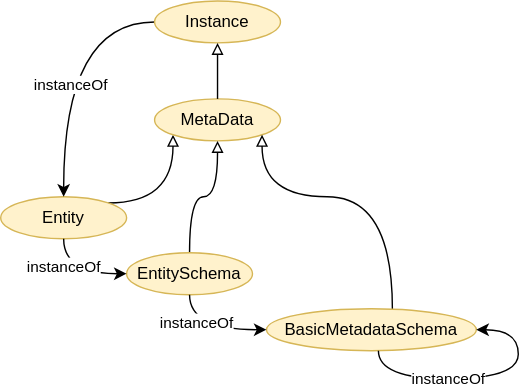
emmo-repo/domain-datamodel keeps this draw.io diagram as figs/metadata.svg. Above is the earlier version. Source tidied: cells renumbered, new cells last; positions are measured from the earlier drawing's top-left corner, leaving out a move shared by most shapes.
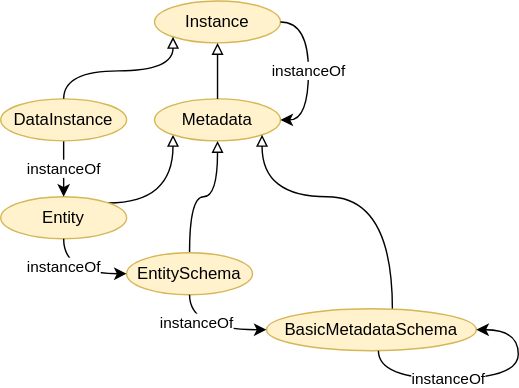
Later version of the same file.

Commit message:
Added DataInstance to make the metamodel hierarchy formally correct.

The edit, as a diff of the source:
```diff
@@ -8,13 +8,18 @@
     <mxCell id="3" value="Entity" style="ellipse;whiteSpace=wrap;html=1;fillColor=#fff2cc;strokeColor=#d6b656;" parent="1" vertex="1">
       <mxGeometry y="140" width="90" height="30" as="geometry" />
     </mxCell>
-    <mxCell id="4" value="instanceOf" style="edgeStyle=orthogonalEdgeStyle;curved=1;rounded=0;jettySize=auto;html=1;endArrow=classic;endFill=1;strokeColor=#000000;exitX=0;exitY=0.5;exitDx=0;exitDy=0;entryX=0.5;entryY=0;entryDx=0;entryDy=0;" parent="1" edge="1" source="5" target="3">
-      <mxGeometry x="0.16" y="5" relative="1" as="geometry" />
+    <mxCell id="4" value="instanceOf" style="edgeStyle=orthogonalEdgeStyle;curved=1;rounded=0;jettySize=auto;html=1;endArrow=classic;endFill=1;strokeColor=#000000;exitX=0.5;exitY=1;exitDx=0;exitDy=0;entryX=0.5;entryY=0;entryDx=0;entryDy=0;" parent="1" edge="1" source="15" target="3">
+      <mxGeometry relative="1" as="geometry">
+        <Array as="points">
+          <mxPoint x="45" y="110" />
+          <mxPoint x="45" y="110" />
+        </Array>
+      </mxGeometry>
     </mxCell>
     <mxCell id="5" value="Instance" style="ellipse;whiteSpace=wrap;html=1;fillColor=#fff2cc;strokeColor=#d6b656;" parent="1" vertex="1">
       <mxGeometry x="110" width="90" height="30" as="geometry" />
     </mxCell>
-    <mxCell id="6" value="MetaData" style="ellipse;whiteSpace=wrap;html=1;fillColor=#fff2cc;strokeColor=#d6b656;" parent="1" vertex="1">
+    <mxCell id="6" value="Metadata" style="ellipse;whiteSpace=wrap;html=1;fillColor=#fff2cc;strokeColor=#d6b656;" parent="1" vertex="1">
       <mxGeometry x="110" y="70" width="90" height="30" as="geometry" />
     </mxCell>
     <mxCell id="7" style="edgeStyle=orthogonalEdgeStyle;curved=1;rounded=0;jettySize=auto;html=1;endArrow=block;endFill=0;strokeColor=#000000;entryX=0.5;entryY=1;entryDx=0;entryDy=0;" parent="1" edge="1" source="6" target="5">
@@ -61,5 +66,14 @@
         </Array>
       </mxGeometry>
     </mxCell>
+    <mxCell id="15" value="DataInstance" style="ellipse;whiteSpace=wrap;html=1;fillColor=#fff2cc;strokeColor=#d6b656;" parent="1" vertex="1">
+      <mxGeometry y="70" width="90" height="30" as="geometry" />
+    </mxCell>
+    <mxCell id="16" style="edgeStyle=orthogonalEdgeStyle;curved=1;rounded=0;jettySize=auto;html=1;endArrow=block;endFill=0;strokeColor=#000000;entryX=0;entryY=1;entryDx=0;entryDy=0;exitX=0.5;exitY=0;exitDx=0;exitDy=0;" parent="1" edge="1" source="15" target="5">
+      <mxGeometry relative="1" as="geometry" />
+    </mxCell>
+    <mxCell id="17" value="instanceOf" style="edgeStyle=orthogonalEdgeStyle;curved=1;rounded=0;jettySize=auto;html=1;endArrow=classic;endFill=1;strokeColor=#000000;exitX=1;exitY=0.5;exitDx=0;exitDy=0;entryX=1;entryY=0.5;entryDx=0;entryDy=0;" parent="1" edge="1" source="5" target="6">
+      <mxGeometry relative="1" as="geometry" />
+    </mxCell>
   </root>
 </mxGraphModel>
```
